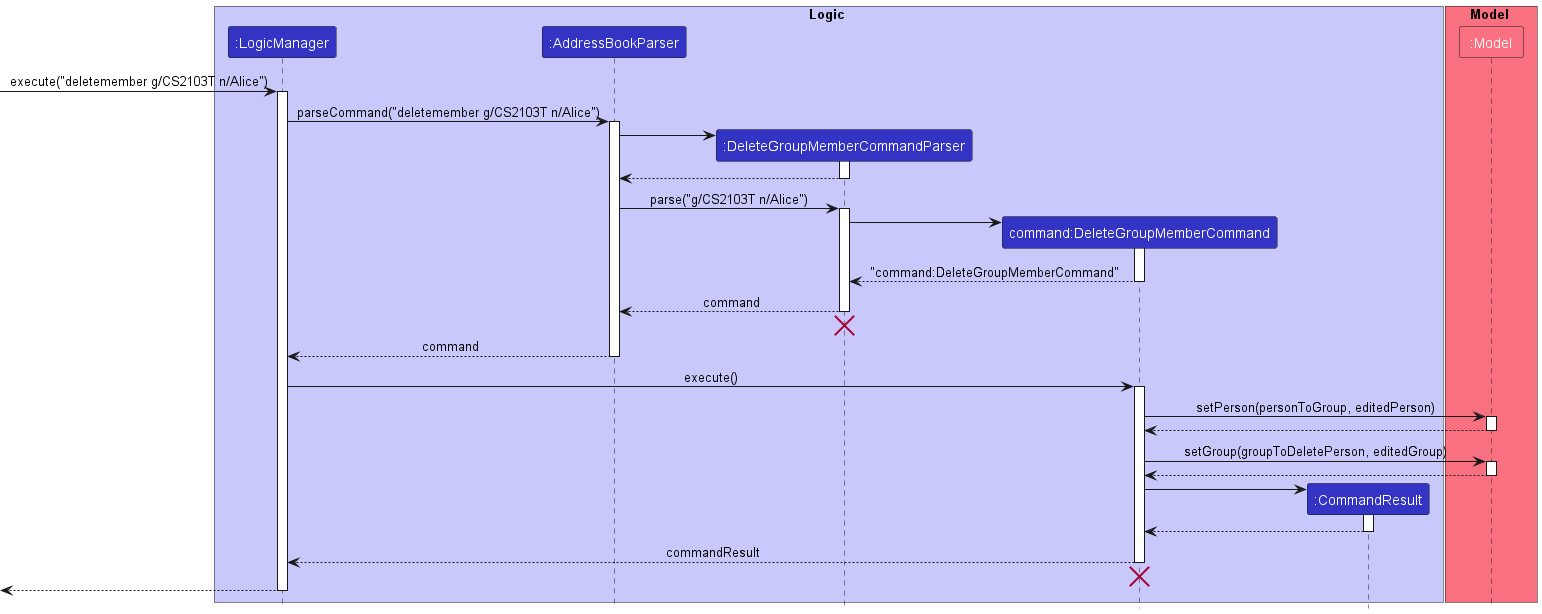
This is docs/images/DeleteMemberSequenceDiagram.png from nus-cs2103-AY2223S1/tp, a PlantUML export, as it was before one commit.
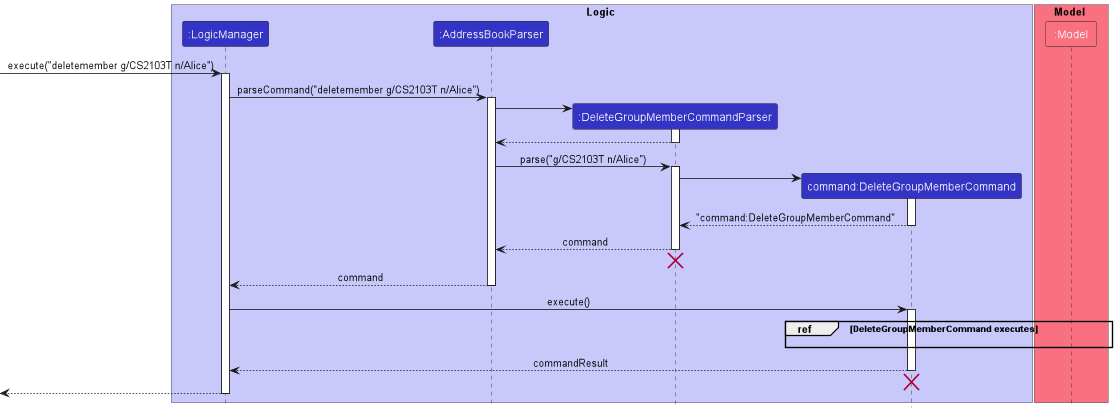
After the commit.

Diff of the diagram source:
```diff
@@ -6,7 +6,6 @@
 participant ":AddressBookParser" as AddressBookParser LOGIC_COLOR
 participant ":DeleteGroupMemberCommandParser" as DeleteGroupMemberCommandParser LOGIC_COLOR
 participant "command:DeleteGroupMemberCommand" as DeleteGroupMemberCommand LOGIC_COLOR
-participant ":CommandResult" as CommandResult LOGIC_COLOR
 end box
 
 box Model MODEL_COLOR_T1
@@ -47,23 +46,9 @@
 LogicManager -> DeleteGroupMemberCommand : execute()
 activate DeleteGroupMemberCommand
 
-DeleteGroupMemberCommand -> Model : setPerson(personToGroup, editedPerson)
-activate Model
-
-Model --> DeleteGroupMemberCommand
-deactivate Model
-
-DeleteGroupMemberCommand -> Model : setGroup(groupToDeletePerson, editedGroup)
-activate Model
-Model --> DeleteGroupMemberCommand
-deactivate Model
-
-create CommandResult
-DeleteGroupMemberCommand -> CommandResult
-activate CommandResult
-
-CommandResult --> DeleteGroupMemberCommand
-deactivate CommandResult
+group ref [DeleteGroupMemberCommand executes]
+DeleteGroupMemberCommand -[hidden]-> Model
+end
 
 DeleteGroupMemberCommand --> LogicManager : commandResult
 deactivate DeleteGroupMemberCommand
```
